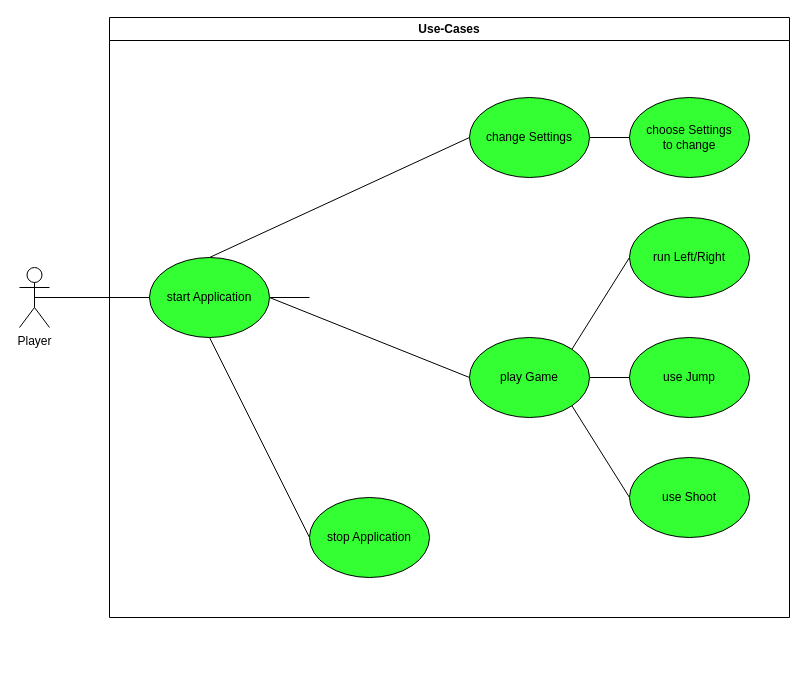
Above: Use-Case_diagram.drawio in GabrielBalzer/tedsquest_documentation (draw.io), before the change. Source tidied: cells renumbered, new cells numbered last; positions are measured from the earlier drawing's top-left corner, leaving out a move shared by most shapes. Both pictures are drawn from the tidied source at 100%, with x=0, y=0 at pixel (19, 17).
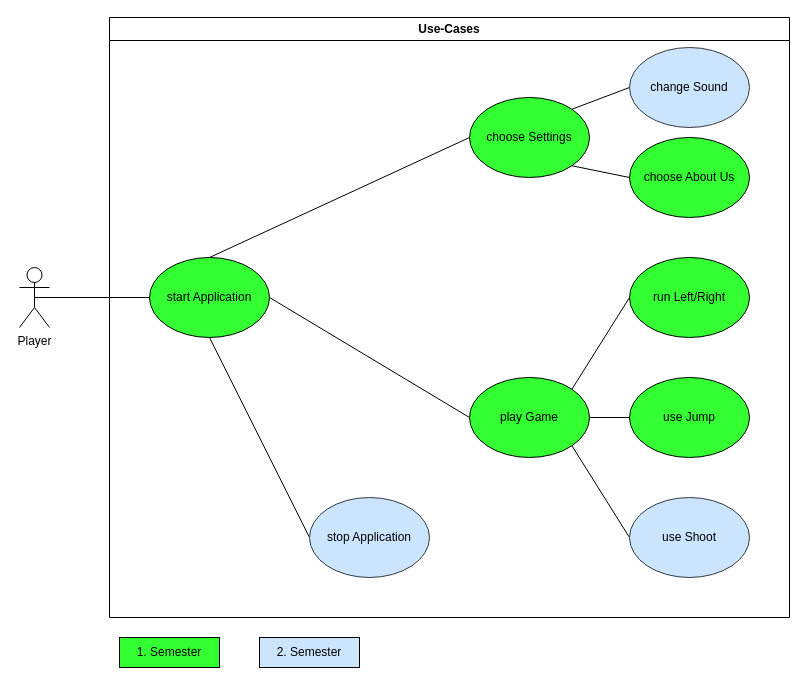
Above is the later version.

Unchanged cells that the change refers to:
```xml
<mxCell id="4" value="Use-Cases" style="swimlane;whiteSpace=wrap;" parent="1" vertex="1">
  <mxGeometry x="90" width="680" height="600" as="geometry" />
</mxCell>
<mxCell id="7" value="start Application" style="ellipse;whiteSpace=wrap;html=1;fillColor=#33FF33;" parent="4" vertex="1">
  <mxGeometry x="40" y="240" width="120" height="80" as="geometry" />
</mxCell>
```

What changed in the source:
```diff
@@
-    <mxCell id="5" style="edgeStyle=none;rounded=0;jettySize=auto;html=1;exitX=1;exitY=0.5;exitDx=0;exitDy=0;endArrow=none;endFill=0;" parent="4" edge="1" source="7">
-      <mxGeometry relative="1" as="geometry">
-        <mxPoint x="200" y="280" as="targetPoint" />
-      </mxGeometry>
-    </mxCell>
@@
-    <mxCell id="8" style="edgeStyle=none;rounded=0;jettySize=auto;html=1;exitX=0;exitY=0.5;exitDx=0;exitDy=0;entryX=0.5;entryY=0;entryDx=0;entryDy=0;endArrow=none;endFill=0;" parent="4" edge="1" source="12" target="7">
-      <mxGeometry relative="1" as="geometry" />
-    </mxCell>
+    <mxCell id="21" style="edgeStyle=none;rounded=0;jettySize=auto;html=1;exitX=0;exitY=0.5;exitDx=0;exitDy=0;entryX=0.5;entryY=0;entryDx=0;entryDy=0;endArrow=none;endFill=0;" parent="4" edge="1" source="23" target="7">
+      <mxGeometry relative="1" as="geometry" />
+    </mxCell>
@@
-    <mxCell id="10" value="stop Application" style="ellipse;whiteSpace=wrap;html=1;fillColor=#33FF33;" parent="4" vertex="1">
+    <mxCell id="10" value="stop Application" style="ellipse;whiteSpace=wrap;html=1;fillColor=#cce5ff;strokeColor=#36393d;" parent="4" vertex="1">
       <mxGeometry x="200" y="480" width="120" height="80" as="geometry" />
     </mxCell>
-    <mxCell id="11" style="edgeStyle=none;rounded=0;jettySize=auto;html=1;exitX=1;exitY=0.5;exitDx=0;exitDy=0;entryX=0;entryY=0.5;entryDx=0;entryDy=0;endArrow=none;endFill=0;" parent="4" edge="1" source="12" target="17">
-      <mxGeometry relative="1" as="geometry" />
-    </mxCell>
-    <mxCell id="12" value="change Settings" style="ellipse;whiteSpace=wrap;html=1;fillColor=#33FF33;" parent="4" vertex="1">
-      <mxGeometry x="360" y="80" width="120" height="80" as="geometry" />
-    </mxCell>
+    <mxCell id="22" style="edgeStyle=none;rounded=0;jettySize=auto;html=1;exitX=1;exitY=1;exitDx=0;exitDy=0;entryX=0;entryY=0.5;entryDx=0;entryDy=0;endArrow=none;endFill=0;" parent="4" edge="1" source="23" target="24">
+      <mxGeometry relative="1" as="geometry" />
+    </mxCell>
+    <mxCell id="23" value="choose Settings" style="ellipse;whiteSpace=wrap;html=1;fillColor=#33FF33;" parent="4" vertex="1">
+      <mxGeometry x="360" y="80" width="120" height="80" as="geometry" />
+    </mxCell>
@@
     <mxCell id="16" value="play Game" style="ellipse;whiteSpace=wrap;html=1;fillColor=#33FF33;" parent="4" vertex="1">
-      <mxGeometry x="360" y="320" width="120" height="80" as="geometry" />
+      <mxGeometry x="360" y="360" width="120" height="80" as="geometry" />
     </mxCell>
-    <mxCell id="17" value="choose Settings&lt;br&gt;to change" style="ellipse;whiteSpace=wrap;html=1;fillColor=#33FF33;" parent="4" vertex="1">
-      <mxGeometry x="520" y="80" width="120" height="80" as="geometry" />
-    </mxCell>
+    <mxCell id="24" value="choose About Us" style="ellipse;whiteSpace=wrap;html=1;fillColor=#33FF33;" parent="4" vertex="1">
+      <mxGeometry x="520" y="120" width="120" height="80" as="geometry" />
+    </mxCell>
     <mxCell id="18" value="run Left/Right" style="ellipse;whiteSpace=wrap;html=1;fillColor=#33FF33;" parent="4" vertex="1">
-      <mxGeometry x="520" y="200" width="120" height="80" as="geometry" />
+      <mxGeometry x="520" y="240" width="120" height="80" as="geometry" />
     </mxCell>
     <mxCell id="19" value="use Jump" style="ellipse;whiteSpace=wrap;html=1;fillColor=#33FF33;" parent="4" vertex="1">
-      <mxGeometry x="520" y="320" width="120" height="80" as="geometry" />
+      <mxGeometry x="520" y="360" width="120" height="80" as="geometry" />
     </mxCell>
-    <mxCell id="20" value="use Shoot" style="ellipse;whiteSpace=wrap;html=1;fillColor=#33FF33;" parent="4" vertex="1">
-      <mxGeometry x="520" y="440" width="120" height="80" as="geometry" />
+    <mxCell id="20" value="use Shoot" style="ellipse;whiteSpace=wrap;html=1;fillColor=#cce5ff;strokeColor=#36393d;" parent="4" vertex="1">
+      <mxGeometry x="520" y="480" width="120" height="80" as="geometry" />
     </mxCell>
+    <mxCell id="25" value="change Sound" style="ellipse;whiteSpace=wrap;html=1;fillColor=#cce5ff;strokeColor=#36393d;" parent="4" vertex="1">
+      <mxGeometry x="520" y="30" width="120" height="80" as="geometry" />
+    </mxCell>
+    <mxCell id="26" style="edgeStyle=none;rounded=0;jettySize=auto;html=1;endArrow=none;endFill=0;exitX=1;exitY=0;exitDx=0;exitDy=0;entryX=0;entryY=0.5;entryDx=0;entryDy=0;" parent="4" edge="1" source="23" target="25">
+      <mxGeometry relative="1" as="geometry" />
+    </mxCell>
+    <mxCell id="27" value="1. Semester" style="rounded=0;whiteSpace=wrap;html=1;fillColor=#33FF33;" parent="1" vertex="1">
+      <mxGeometry x="100" y="620" width="100" height="30" as="geometry" />
+    </mxCell>
+    <mxCell id="28" value="2. Semester" style="rounded=0;whiteSpace=wrap;html=1;fillColor=#CCE5FF;" parent="1" vertex="1">
+      <mxGeometry x="240" y="620" width="100" height="30" as="geometry" />
+    </mxCell>
```
